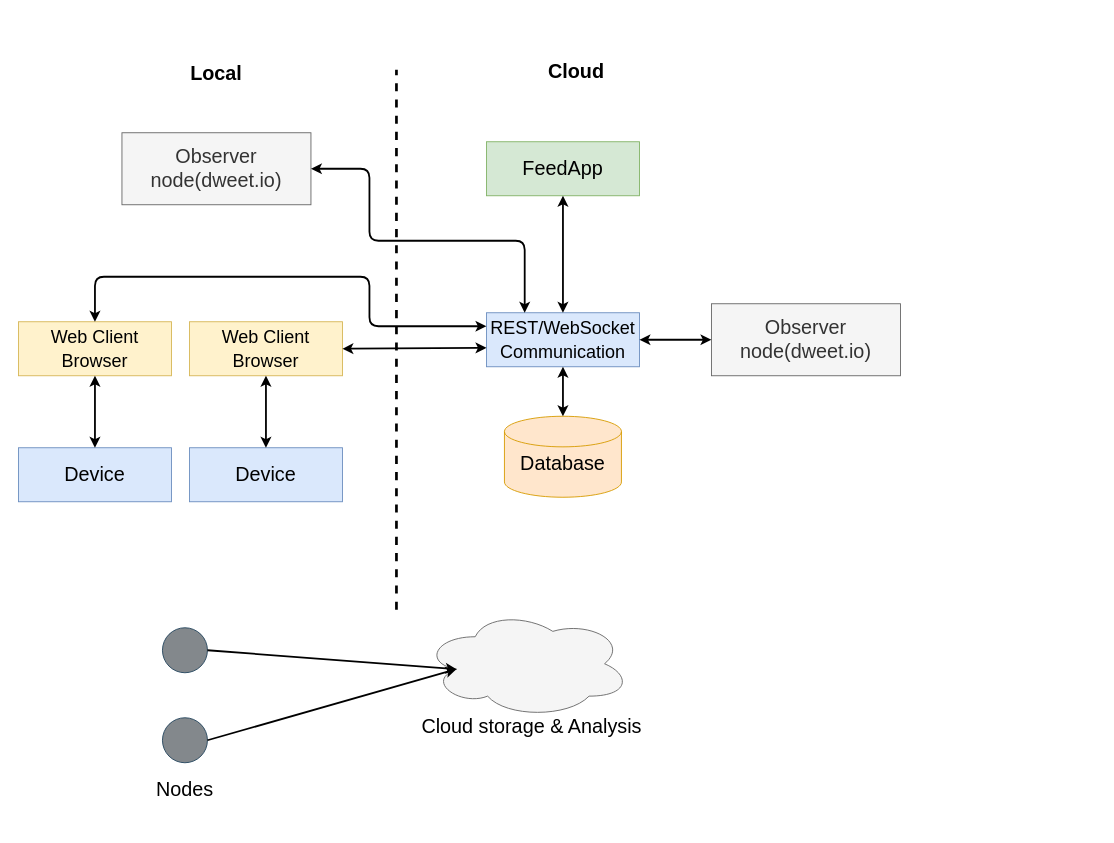
Before: DesignDocument/ArchitectDiagram/architectural_diagram.drawio in spydx/dat250gruppe9, a draw.io diagram. Source tidied: cells renumbered, new cells numbered last; positions are measured from the earlier drawing's top-left corner, leaving out a move shared by most shapes. Both pictures are drawn from the tidied source at 90%, with x=0, y=0 at pixel (18, 51).
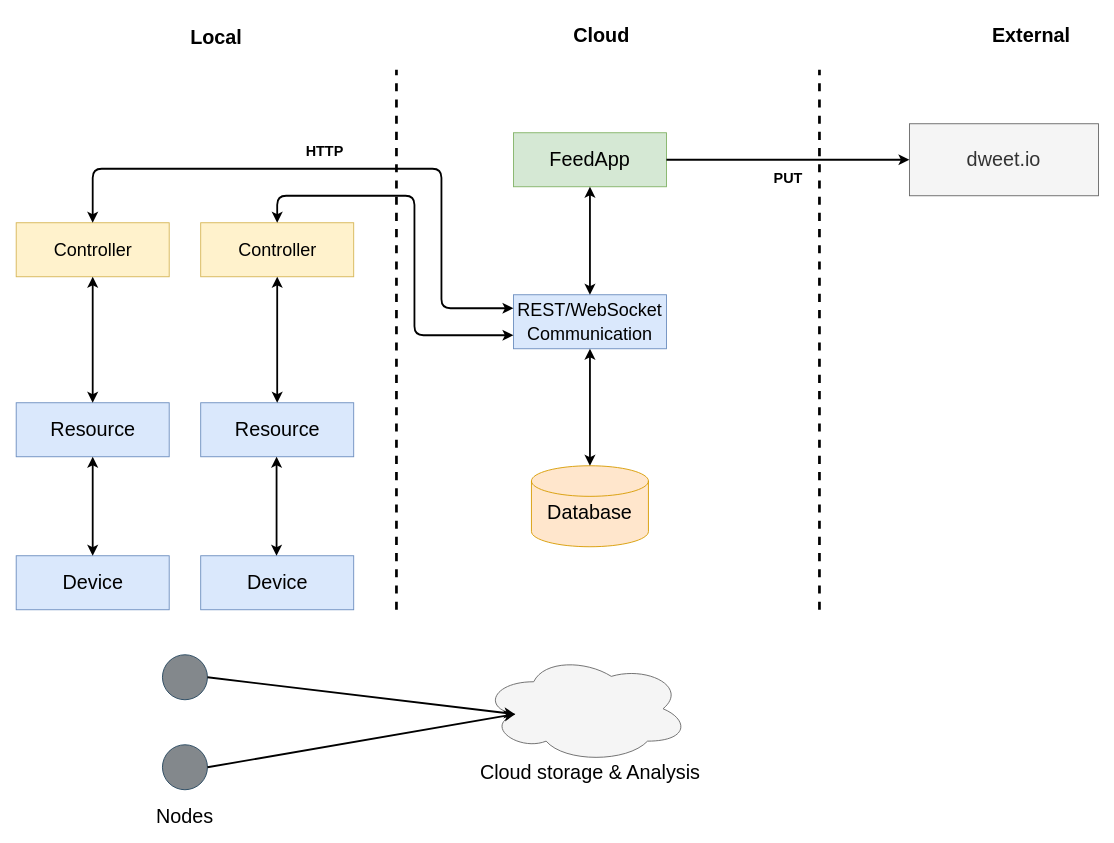
After the change.

Commit message:
updated architectural diagram

Diff of the diagram source:
```diff
@@
     <mxCell id="3" value="Local" style="text;html=1;strokeColor=none;fillColor=none;align=center;verticalAlign=middle;whiteSpace=wrap;rounded=0;fontStyle=1;fontSize=22;" parent="1" vertex="1">
-      <mxGeometry x="150" width="140" height="50" as="geometry" />
+      <mxGeometry x="150" y="-40" width="140" height="50" as="geometry" />
     </mxCell>
     <mxCell id="4" value="Cloud" style="text;html=1;strokeColor=none;fillColor=none;align=center;verticalAlign=middle;whiteSpace=wrap;rounded=0;fontSize=22;fontStyle=1;" parent="1" vertex="1">
-      <mxGeometry x="560" width="120" height="45" as="geometry" />
+      <mxGeometry x="587.5" y="-40" width="120" height="45" as="geometry" />
     </mxCell>
     <mxCell id="5" value="Device" style="rounded=0;whiteSpace=wrap;html=1;fontSize=22;fillColor=#dae8fc;strokeColor=#6c8ebf;" parent="1" vertex="1">
-      <mxGeometry x="190" y="440" width="170" height="60" as="geometry" />
+      <mxGeometry x="202.5" y="560" width="170" height="60" as="geometry" />
     </mxCell>
-    <mxCell id="6" value="&lt;font style=&quot;font-size: 20px&quot;&gt;Web Client Browser&lt;/font&gt;" style="rounded=0;whiteSpace=wrap;html=1;fontSize=22;fillColor=#fff2cc;strokeColor=#d6b656;" parent="1" vertex="1">
-      <mxGeometry x="190" y="300" width="170" height="60" as="geometry" />
+    <mxCell id="6" value="&lt;font style=&quot;font-size: 20px&quot;&gt;Controller&lt;/font&gt;" style="rounded=0;whiteSpace=wrap;html=1;fontSize=22;fillColor=#fff2cc;strokeColor=#d6b656;" parent="1" vertex="1">
+      <mxGeometry x="202.5" y="190" width="170" height="60" as="geometry" />
     </mxCell>
-    <mxCell id="7" style="endArrow=classic;startArrow=classic;html=1;strokeWidth=2;fontSize=22;entryX=0.5;entryY=1;entryDx=0;entryDy=0;exitX=0.5;exitY=0;exitDx=0;exitDy=0;" parent="1" edge="1" source="5" target="6">
-      <mxGeometry relative="1" as="geometry" />
-    </mxCell>
     <mxCell id="8" value="&lt;font style=&quot;font-size: 20px&quot;&gt;REST/WebSocket Communication&lt;/font&gt;" style="rounded=0;whiteSpace=wrap;html=1;fontSize=22;fillColor=#dae8fc;strokeColor=#6c8ebf;" parent="1" vertex="1">
-      <mxGeometry x="520" y="290" width="170" height="60" as="geometry" />
+      <mxGeometry x="550" y="270" width="170" height="60" as="geometry" />
     </mxCell>
-    <mxCell id="9" style="endArrow=classic;startArrow=classic;html=1;strokeWidth=2;fontSize=22;entryX=0;entryY=0.65;entryDx=0;entryDy=0;exitX=1;exitY=0.5;exitDx=0;exitDy=0;entryPerimeter=0;" parent="1" edge="1" source="6" target="8">
-      <mxGeometry relative="1" as="geometry" />
-    </mxCell>
     <mxCell id="10" value="FeedApp" style="rounded=0;whiteSpace=wrap;html=1;fontSize=22;fillColor=#d5e8d4;strokeColor=#82b366;" parent="1" vertex="1">
-      <mxGeometry x="520" y="100" width="170" height="60" as="geometry" />
+      <mxGeometry x="550" y="90" width="170" height="60" as="geometry" />
     </mxCell>
-    <mxCell id="11" style="endArrow=classic;startArrow=classic;html=1;strokeWidth=2;fontSize=22;entryX=0.5;entryY=1;entryDx=0;entryDy=0;exitX=0.5;exitY=0;exitDx=0;exitDy=0;" parent="1" edge="1" source="8" target="10">
-      <mxGeometry relative="1" as="geometry" />
-    </mxCell>
     <mxCell id="12" value="&lt;p style=&quot;line-height: 120%&quot;&gt;Database&lt;/p&gt;" style="shape=cylinder2;whiteSpace=wrap;html=1;boundedLbl=1;backgroundOutline=1;size=17;fontSize=22;fillColor=#ffe6cc;strokeColor=#d79b00;verticalAlign=bottom;" parent="1" vertex="1">
-      <mxGeometry x="540" y="405" width="130" height="90" as="geometry" />
+      <mxGeometry x="570" y="460" width="130" height="90" as="geometry" />
     </mxCell>
-    <mxCell id="13" style="endArrow=classic;startArrow=classic;html=1;strokeWidth=2;fontSize=22;entryX=0.5;entryY=1;entryDx=0;entryDy=0;" parent="1" edge="1" source="12" target="8">
-      <mxGeometry relative="1" as="geometry" />
-    </mxCell>
     <mxCell id="14" style="ellipse;whiteSpace=wrap;html=1;fontSize=22;strokeColor=#23445d;fillColor=#83888C;" parent="1" vertex="1">
-      <mxGeometry x="160" y="740" width="50" height="50" as="geometry" />
+      <mxGeometry x="160" y="770" width="50" height="50" as="geometry" />
     </mxCell>
     <mxCell id="15" style="ellipse;shape=cloud;whiteSpace=wrap;html=1;fontSize=22;fillColor=#f5f5f5;strokeColor=#666666;fontColor=#333333;" parent="1" vertex="1">
-      <mxGeometry x="450" y="620" width="230" height="120" as="geometry" />
+      <mxGeometry x="515" y="670" width="230" height="120" as="geometry" />
     </mxCell>
@@
     <mxCell id="17" value="Cloud storage &amp;amp; Analysis" style="text;html=1;strokeColor=none;fillColor=none;align=center;verticalAlign=middle;whiteSpace=wrap;rounded=0;fontSize=22;" parent="1" vertex="1">
-      <mxGeometry x="432.5" y="750" width="275" as="geometry" />
+      <mxGeometry x="497.5" y="800" width="275" as="geometry" />
     </mxCell>
     <mxCell id="18" value="Nodes" style="text;html=1;strokeColor=none;fillColor=none;align=center;verticalAlign=middle;whiteSpace=wrap;rounded=0;fontSize=22;" parent="1" vertex="1">
-      <mxGeometry x="165" y="810" width="40" height="20" as="geometry" />
+      <mxGeometry x="165" y="840" width="40" height="20" as="geometry" />
     </mxCell>
     <mxCell id="19" value="Device" style="rounded=0;whiteSpace=wrap;html=1;fontSize=22;fillColor=#dae8fc;strokeColor=#6c8ebf;" parent="1" vertex="1">
-      <mxGeometry y="440" width="170" height="60" as="geometry" />
+      <mxGeometry x="-2.5" y="560" width="170" height="60" as="geometry" />
     </mxCell>
-    <mxCell id="20" value="&lt;span style=&quot;font-size: 20px&quot;&gt;Web Client Browser&lt;/span&gt;" style="rounded=0;whiteSpace=wrap;html=1;fontSize=22;fillColor=#fff2cc;strokeColor=#d6b656;" parent="1" vertex="1">
-      <mxGeometry y="300" width="170" height="60" as="geometry" />
+    <mxCell id="20" value="&lt;span style=&quot;font-size: 20px&quot;&gt;Controller&lt;/span&gt;" style="rounded=0;whiteSpace=wrap;html=1;fontSize=22;fillColor=#fff2cc;strokeColor=#d6b656;" parent="1" vertex="1">
+      <mxGeometry x="-2.5" y="190" width="170" height="60" as="geometry" />
     </mxCell>
-    <mxCell id="21" style="endArrow=classic;startArrow=classic;html=1;strokeWidth=2;fontSize=22;entryX=0.5;entryY=1;entryDx=0;entryDy=0;exitX=0.5;exitY=0;exitDx=0;exitDy=0;" parent="1" edge="1" source="19" target="20">
-      <mxGeometry relative="1" as="geometry" />
-    </mxCell>
-    <mxCell id="22" style="endArrow=classic;startArrow=classic;html=1;strokeWidth=2;fontSize=22;edgeStyle=orthogonalEdgeStyle;exitX=0.5;exitY=0;exitDx=0;exitDy=0;entryX=0;entryY=0.25;entryDx=0;entryDy=0;" parent="1" edge="1" source="20" target="8">
-      <mxGeometry relative="1" as="geometry">
-        <Array as="points">
-          <mxPoint x="85" y="250" />
-          <mxPoint x="390" y="250" />
-          <mxPoint x="390" y="305" />
-        </Array>
-      </mxGeometry>
-    </mxCell>
     <mxCell id="23" style="ellipse;whiteSpace=wrap;html=1;fontSize=22;strokeColor=#23445d;fillColor=#83888C;" parent="1" vertex="1">
-      <mxGeometry x="160" y="640" width="50" height="50" as="geometry" />
+      <mxGeometry x="160" y="670" width="50" height="50" as="geometry" />
     </mxCell>
@@
-    <mxCell id="25" value="Observer node(dweet.io)" style="whiteSpace=wrap;html=1;fillColor=#f5f5f5;fontSize=22;strokeColor=#666666;fontColor=#333333;" parent="1" vertex="1">
-      <mxGeometry x="770" y="280" width="210" height="80" as="geometry" />
+    <mxCell id="25" value="dweet.io" style="whiteSpace=wrap;html=1;fillColor=#f5f5f5;fontSize=22;strokeColor=#666666;fontColor=#333333;" parent="1" vertex="1">
+      <mxGeometry x="990" y="80" width="210" height="80" as="geometry" />
     </mxCell>
-    <mxCell id="26" style="endArrow=classic;startArrow=classic;html=1;strokeWidth=2;fontSize=22;exitX=1;exitY=0.5;exitDx=0;exitDy=0;entryX=0;entryY=0.5;entryDx=0;entryDy=0;" parent="1" edge="1" source="8" target="25">
-      <mxGeometry relative="1" as="geometry" />
-    </mxCell>
-    <mxCell id="27" value="Observer node(dweet.io)" style="whiteSpace=wrap;html=1;fillColor=#f5f5f5;fontSize=22;strokeColor=#666666;fontColor=#333333;" parent="1" vertex="1">
-      <mxGeometry x="115" y="90" width="210" height="80" as="geometry" />
-    </mxCell>
-    <mxCell id="28" style="endArrow=classic;startArrow=classic;html=1;strokeWidth=2;fontSize=22;exitX=1;exitY=0.5;exitDx=0;exitDy=0;entryX=0.25;entryY=0;entryDx=0;entryDy=0;edgeStyle=orthogonalEdgeStyle;elbow=vertical;" parent="1" edge="1" source="27" target="8">
-      <mxGeometry relative="1" as="geometry">
-        <Array as="points">
-          <mxPoint x="390" y="130" />
-          <mxPoint x="390" y="210" />
-          <mxPoint x="563" y="210" />
-        </Array>
-      </mxGeometry>
-    </mxCell>
+    <mxCell id="29" style="endArrow=none;dashed=1;html=1;fontStyle=1;strokeWidth=3;" parent="1" edge="1">
+      <mxGeometry relative="1" as="geometry">
+        <mxPoint x="890" y="620" as="sourcePoint" />
+        <mxPoint x="890" y="20" as="targetPoint" />
+      </mxGeometry>
+    </mxCell>
+    <mxCell id="30" value="&lt;font style=&quot;font-size: 22px&quot;&gt;&lt;b&gt;External&lt;/b&gt;&lt;/font&gt;" style="text;html=1;align=center;verticalAlign=middle;" parent="1" vertex="1">
+      <mxGeometry x="1075" y="-27.5" width="100" height="20" as="geometry" />
+    </mxCell>
+    <mxCell id="31" value="&lt;font style=&quot;font-size: 16px&quot;&gt;&lt;b&gt;PUT&lt;/b&gt;&lt;/font&gt;" style="text;html=1;align=center;verticalAlign=middle;" parent="1" vertex="1">
+      <mxGeometry x="830" y="130" width="50" height="20" as="geometry" />
+    </mxCell>
+    <mxCell id="32" style="endArrow=classic;html=1;strokeWidth=2;" parent="1" edge="1" source="10" target="25">
+      <mxGeometry relative="1" as="geometry" />
+    </mxCell>
+    <mxCell id="33" value="&lt;font size=&quot;1&quot;&gt;&lt;b style=&quot;font-size: 16px&quot;&gt;HTTP&lt;/b&gt;&lt;/font&gt;" style="text;html=1;align=center;verticalAlign=middle;" parent="1" vertex="1">
+      <mxGeometry x="310" y="100" width="60" height="20" as="geometry" />
+    </mxCell>
+    <mxCell id="34" value="Resource" style="rounded=0;whiteSpace=wrap;html=1;fontSize=22;fillColor=#dae8fc;strokeColor=#6c8ebf;" parent="1" vertex="1">
+      <mxGeometry x="-2.5" y="390" width="170" height="60" as="geometry" />
+    </mxCell>
+    <mxCell id="35" value="Resource" style="rounded=0;whiteSpace=wrap;html=1;fontSize=22;fillColor=#dae8fc;strokeColor=#6c8ebf;" parent="1" vertex="1">
+      <mxGeometry x="202.5" y="390" width="170" height="60" as="geometry" />
+    </mxCell>
+    <mxCell id="36" style="endArrow=classic;startArrow=classic;html=1;entryX=0.5;entryY=1;entryDx=0;entryDy=0;exitX=0.5;exitY=0;exitDx=0;exitDy=0;strokeWidth=2;" parent="1" edge="1" source="34" target="20">
+      <mxGeometry relative="1" as="geometry" />
+    </mxCell>
+    <mxCell id="37" style="endArrow=classic;startArrow=classic;html=1;exitX=0.5;exitY=0;exitDx=0;exitDy=0;strokeWidth=2;entryX=0.5;entryY=1;entryDx=0;entryDy=0;" parent="1" edge="1" source="35" target="6">
+      <mxGeometry relative="1" as="geometry" />
+    </mxCell>
+    <mxCell id="38" style="endArrow=classic;startArrow=classic;html=1;entryX=0.5;entryY=1;entryDx=0;entryDy=0;exitX=0.5;exitY=0;exitDx=0;exitDy=0;strokeWidth=2;" parent="1" edge="1" source="19" target="34">
+      <mxGeometry relative="1" as="geometry" />
+    </mxCell>
+    <mxCell id="39" style="endArrow=classic;startArrow=classic;html=1;entryX=0.5;entryY=1;entryDx=0;entryDy=0;exitX=0.5;exitY=0;exitDx=0;exitDy=0;strokeWidth=2;" parent="1" edge="1">
+      <mxGeometry relative="1" as="geometry">
+        <mxPoint x="286.8" y="560" as="sourcePoint" />
+        <mxPoint x="286.8" y="450" as="targetPoint" />
+      </mxGeometry>
+    </mxCell>
+    <mxCell id="22" style="endArrow=classic;startArrow=classic;html=1;strokeWidth=2;exitX=0.5;exitY=0;exitDx=0;exitDy=0;edgeStyle=orthogonalEdgeStyle;entryX=0;entryY=0.25;entryDx=0;entryDy=0;" parent="1" edge="1" source="20" target="8">
+      <mxGeometry relative="1" as="geometry">
+        <Array as="points">
+          <mxPoint x="83" y="130" />
+          <mxPoint x="470" y="130" />
+          <mxPoint x="470" y="285" />
+        </Array>
+      </mxGeometry>
+    </mxCell>
+    <mxCell id="9" style="endArrow=classic;startArrow=classic;html=1;strokeWidth=2;edgeStyle=orthogonalEdgeStyle;exitX=0.5;exitY=0;exitDx=0;exitDy=0;entryX=0;entryY=0.75;entryDx=0;entryDy=0;" parent="1" edge="1" source="6" target="8">
+      <mxGeometry relative="1" as="geometry">
+        <Array as="points">
+          <mxPoint x="288" y="160" />
+          <mxPoint x="440" y="160" />
+          <mxPoint x="440" y="315" />
+        </Array>
+      </mxGeometry>
+    </mxCell>
+    <mxCell id="11" style="endArrow=classic;startArrow=classic;html=1;strokeWidth=2;entryX=0.5;entryY=1;entryDx=0;entryDy=0;exitX=0.5;exitY=0;exitDx=0;exitDy=0;" parent="1" edge="1" source="8" target="10">
+      <mxGeometry relative="1" as="geometry" />
+    </mxCell>
+    <mxCell id="40" style="endArrow=classic;startArrow=classic;html=1;strokeWidth=2;entryX=0.5;entryY=1;entryDx=0;entryDy=0;" parent="1" edge="1" target="8">
+      <mxGeometry relative="1" as="geometry">
+        <mxPoint x="635" y="460" as="sourcePoint" />
+      </mxGeometry>
+    </mxCell>
```
